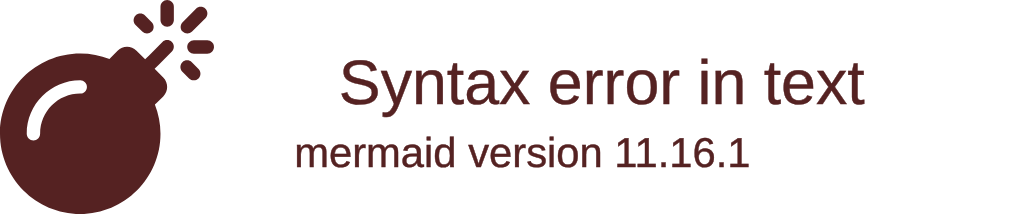
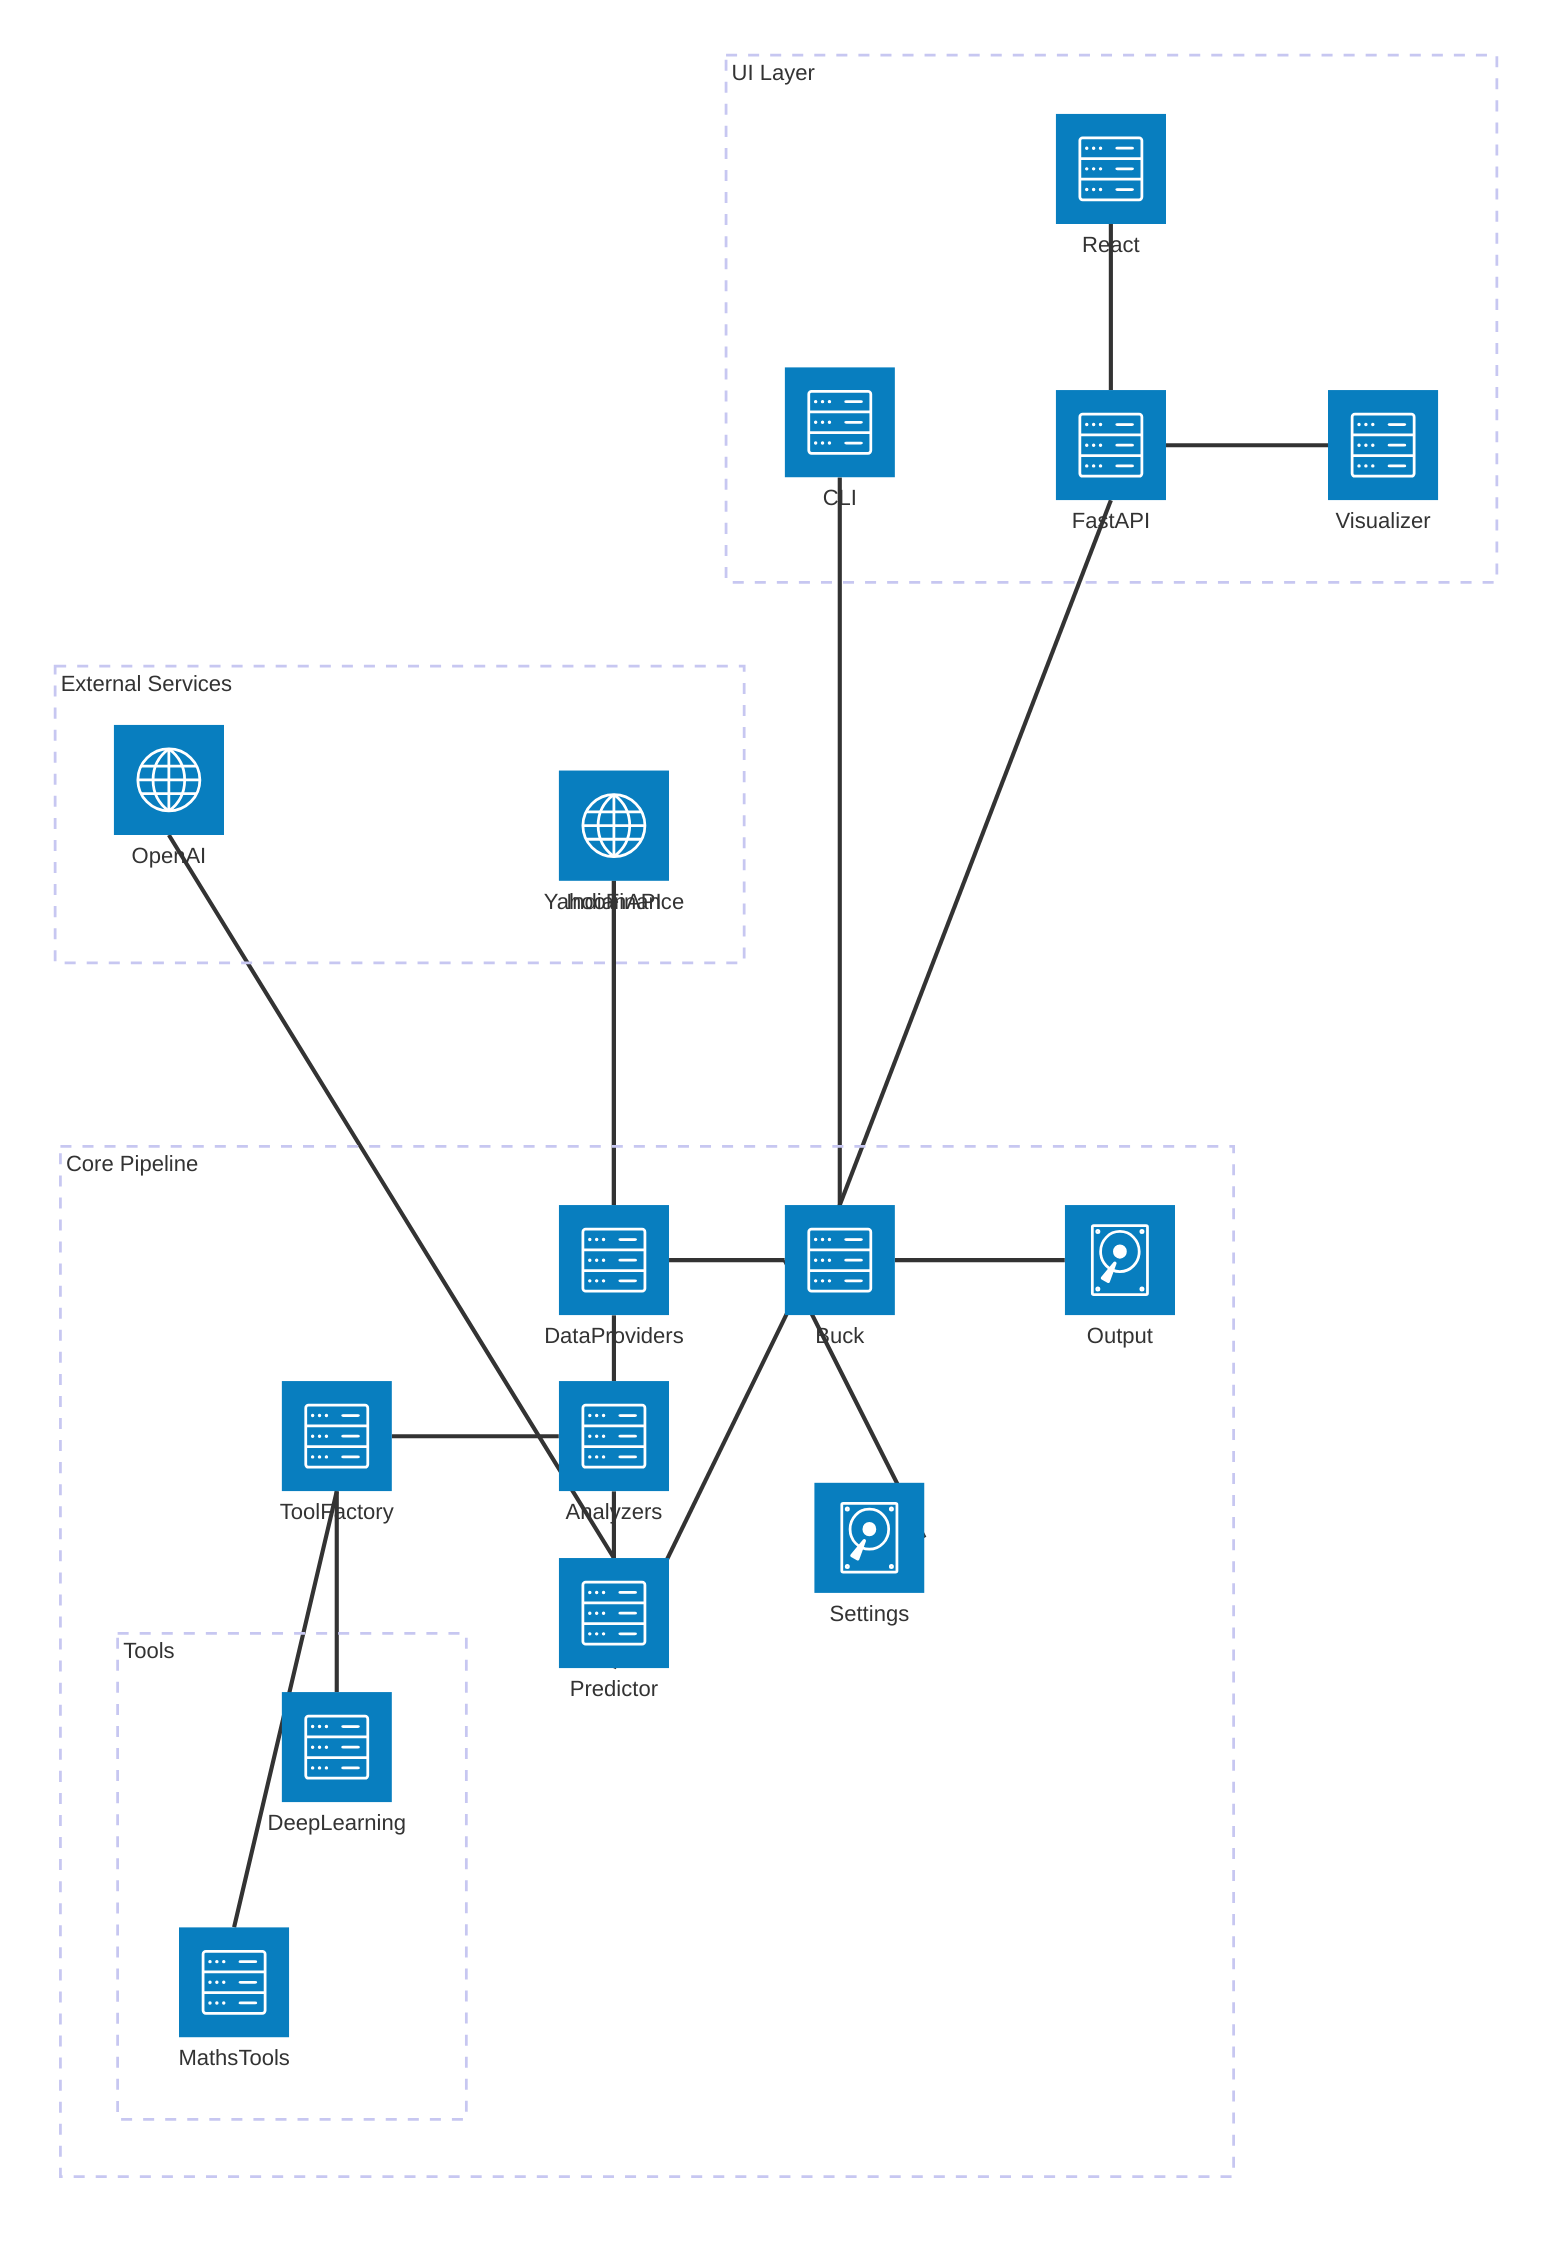
architecture-beta
    group core[Core Pipeline]
    group ui[UI Layer]
    group external[External Services]

    service yfinance(internet)[YahooFinance] in external
-     service newsapi(internet)[IndianAPI News] in external
-     service openai(internet)[OpenAI / OpenRouter] in external
+     service newsapi(internet)[IndianAPI] in external
+     service openai(internet)[OpenAI] in external

-     service config(disk)[Config & Settings] in core
+     service config(disk)[Settings] in core
    service providers(server)[DataProviders] in core
    service toolfactory(server)[ToolFactory] in core
    service analyzers(server)[Analyzers] in core
    service predictor(server)[Predictor] in core
-     service buck(server)[Buck Orchestrator] in core
-     service cache(disk)[Output / Cache] in core
+     service buck(server)[Buck] in core
+     service cache(disk)[Output] in core

-     service backend(server)[FastAPI Backend] in ui
-     service frontend(server)[React Frontend] in ui
+     service backend(server)[FastAPI] in ui
+     service frontend(server)[React] in ui
    service cli(server)[CLI] in ui
    service visualizer(server)[Visualizer] in ui

-     group tools[Analysis Tools] in core
-     service maths(server)[Maths Tools] in tools
-     service dl(server)[Deep Learning] in tools
+     group tools[Tools] in core
+     service maths(server)[MathsTools] in tools
+     service dl(server)[DeepLearning] in tools

    yfinance:B -- T:providers
    newsapi:B -- T:providers
    openai:B -- T:predictor

    config:R -- L:buck
    providers:B -- T:analyzers
    toolfactory:R -- L:analyzers
    maths:T -- B:toolfactory
    dl:T -- B:toolfactory
    analyzers:B -- T:predictor
    predictor:B -- T:buck
    providers:R -- L:buck
    buck:R -- L:cache

    frontend:B -- T:backend
    backend:B -- T:buck
    backend:R -- L:visualizer
    cli:B -- T:buck
